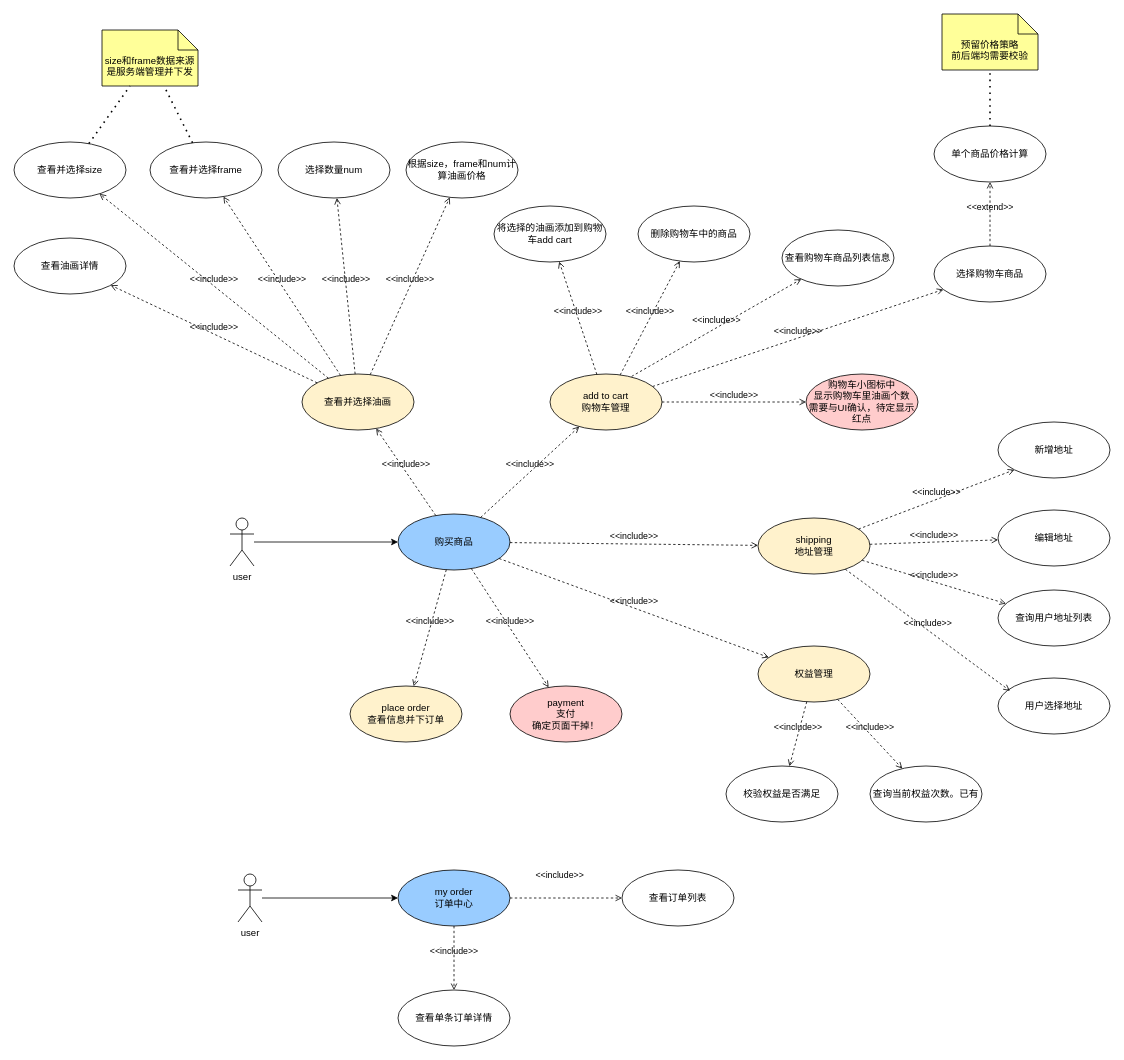
milletzhu/datasource keeps this draw.io diagram as aigc订单系统用例图.drawio. Above is the earlier version. Source tidied: cells renumbered, new cells numbered last; positions are measured from the earlier drawing's top-left corner, leaving out a move shared by most shapes. Both pictures are drawn from the tidied source at 80%, with x=0, y=0 at pixel (14, 14).
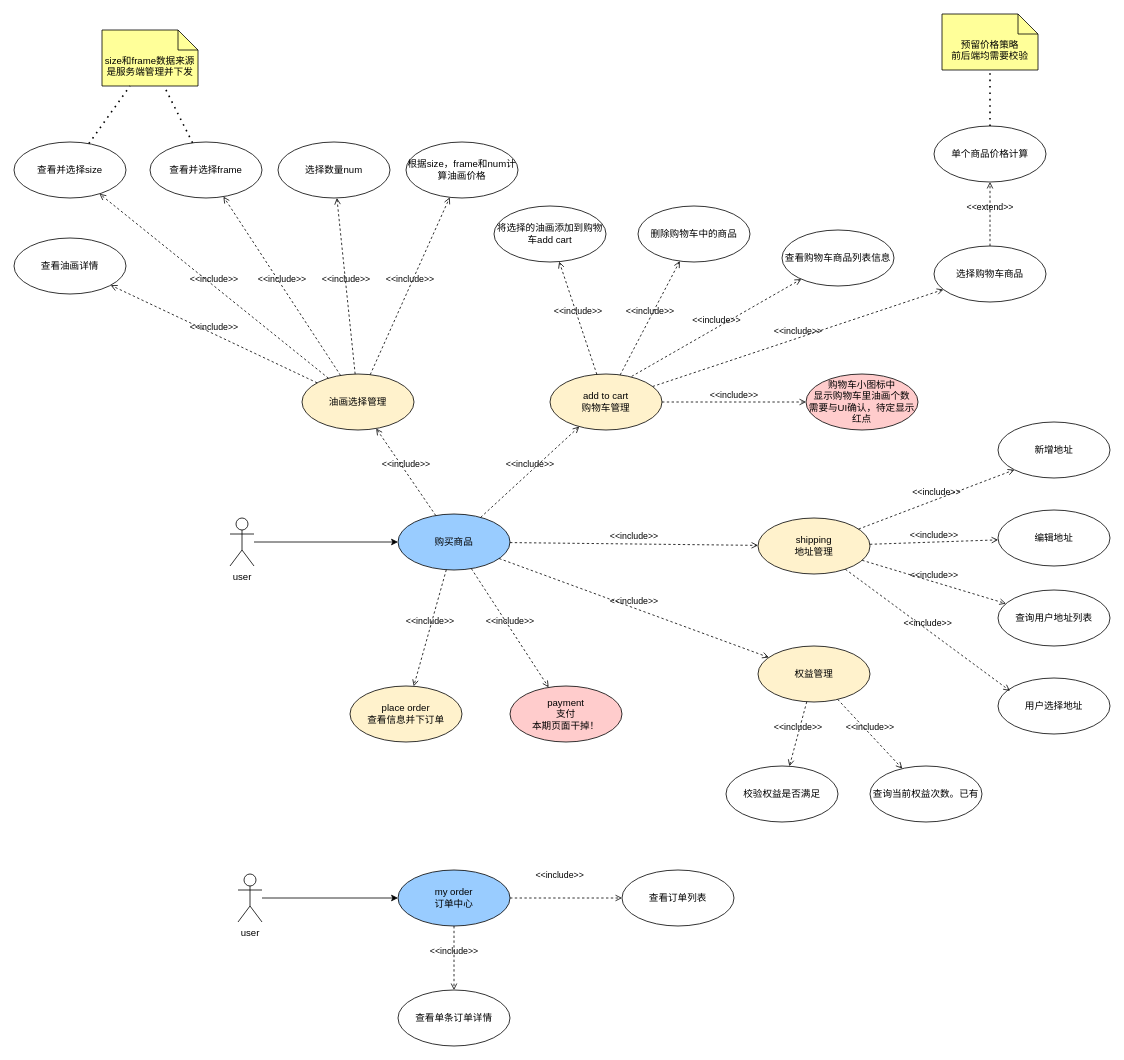
The same diagram, later.

Commit message:
更新aigc订单系统用例图.drawio

What changed in the source:
```diff
@@
-    <mxCell id="5" value="查看并选择油画" style="ellipse;whiteSpace=wrap;html=1;fillColor=#FFF2CC;" parent="1" vertex="1">
+    <mxCell id="5" value="油画选择管理" style="ellipse;whiteSpace=wrap;html=1;fillColor=#FFF2CC;" parent="1" vertex="1">
       <mxGeometry x="360" y="450" width="140" height="70" as="geometry" />
     </mxCell>
@@
-    <mxCell id="16" value="payment&lt;br&gt;支付&lt;br&gt;确定页面干掉！" style="ellipse;whiteSpace=wrap;html=1;fillColor=#FFCCCC;" parent="1" vertex="1">
+    <mxCell id="16" value="payment&lt;br&gt;支付&lt;br&gt;本期页面干掉！" style="ellipse;whiteSpace=wrap;html=1;fillColor=#FFCCCC;" parent="1" vertex="1">
       <mxGeometry x="620" y="840" width="140" height="70" as="geometry" />
     </mxCell>
```
